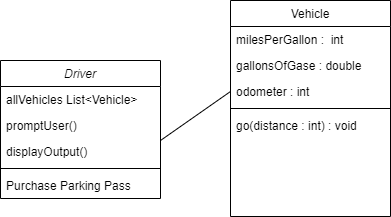
MiniWilford/Vehicles2022Maven keeps this draw.io diagram as VehicleClassDiagram.drawio.png. Above is the earlier version. Source tidied: cells renumbered, new cells last; positions are measured from the earlier drawing's top-left corner, leaving out a move shared by most shapes.
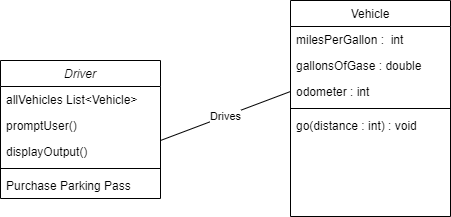
Above is the later version.

Change to the diagram source:
```diff
@@ -21,7 +21,7 @@
       <mxGeometry y="112" width="160" height="26" as="geometry" />
     </mxCell>
     <mxCell id="8" value="Vehicle" style="swimlane;fontStyle=0;align=center;verticalAlign=top;horizontal=1;startSize=26;rounded=0;shadow=0;strokeWidth=1;" parent="1" vertex="1">
-      <mxGeometry x="230" width="160" height="216" as="geometry" />
+      <mxGeometry x="290" width="160" height="216" as="geometry" />
     </mxCell>
     <mxCell id="9" value="milesPerGallon :  int" style="text;align=left;verticalAlign=top;spacingLeft=4;spacingRight=4;overflow=hidden;" parent="8" vertex="1">
       <mxGeometry y="26" width="160" height="26" as="geometry" />
@@ -38,7 +38,7 @@
     <mxCell id="13" value="go(distance : int) : void" style="text;align=left;verticalAlign=top;spacingLeft=4;spacingRight=4;overflow=hidden;" parent="8" vertex="1">
       <mxGeometry y="112" width="160" height="26" as="geometry" />
     </mxCell>
-    <mxCell id="14" style="endArrow=none;html=1;rounded=0;entryX=0;entryY=0.5;entryDx=0;entryDy=0;" parent="1" edge="1" target="11">
+    <mxCell id="14" value="Drives" style="endArrow=none;html=1;rounded=0;entryX=0;entryY=0.5;entryDx=0;entryDy=0;" parent="1" edge="1" target="11">
       <mxGeometry relative="1" as="geometry">
         <mxPoint x="160" y="140" as="sourcePoint" />
       </mxGeometry>
```
